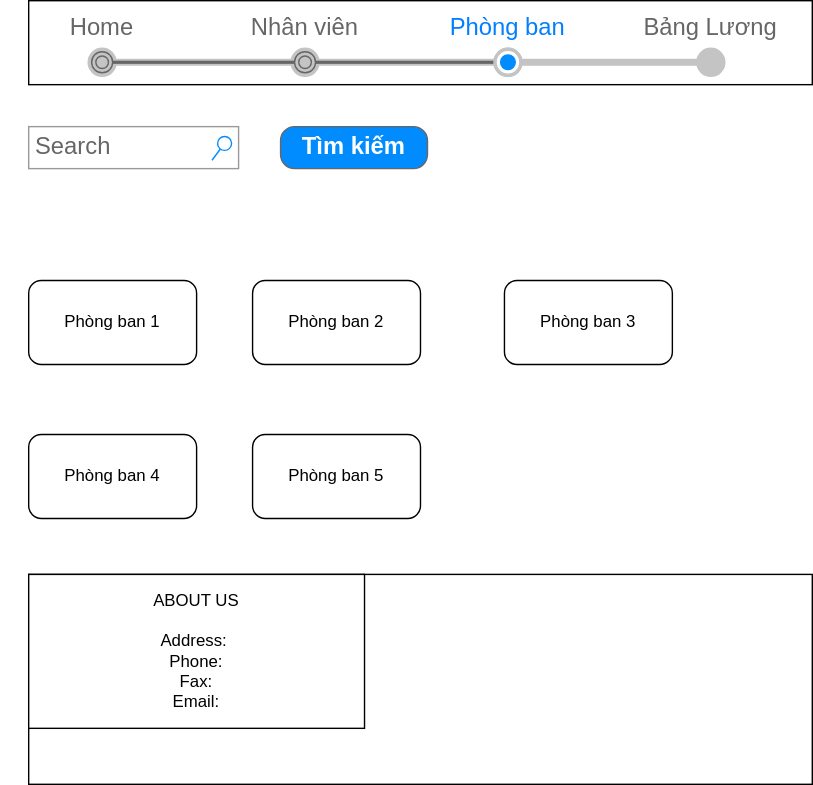
minhngoc/FunixReacJSAsm keeps this draw.io diagram as Report/Department.svg. Above is the earlier version. Source tidied: cells renumbered, new cells last; positions are measured from the earlier drawing's top-left corner, leaving out a move shared by most shapes.
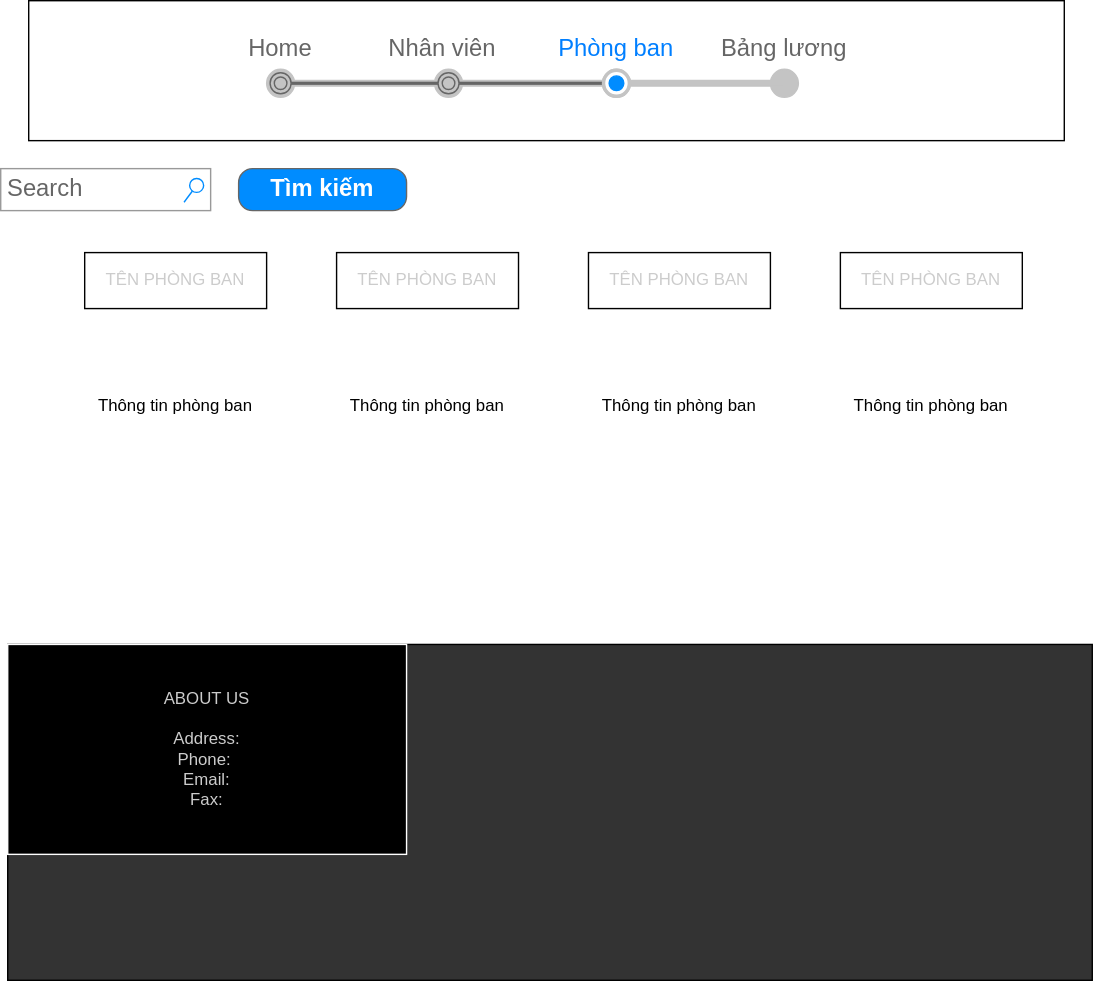
Later version of the same file.

Diff of the diagram source:
```diff
@@ -1,39 +1,48 @@
 <mxGraphModel>
   <root>
-    <mxCell id="0" />
-    <mxCell id="1" parent="0" />
-    <mxCell id="2" style="rounded=0;whiteSpace=wrap;html=1;" parent="1" vertex="1">
-      <mxGeometry x="20" width="560" height="60" as="geometry" />
-    </mxCell>
+    <mxCell id="13" />
+    <mxCell id="14" parent="13" />
+    <mxCell id="15" style="rounded=0;whiteSpace=wrap;html=1;" parent="14" vertex="1">
+      <mxGeometry x="40" y="-80" width="740" height="100" as="geometry" />
+    </mxCell>
+    <mxCell id="16" value="&lt;table border=&quot;0&quot; cellpadding=&quot;0&quot; cellspacing=&quot;0&quot; width=&quot;100%&quot; style=&quot;font-size: 1em&quot;&gt;&lt;tbody&gt;&lt;tr&gt;&lt;td width=&quot;25%&quot;&gt;Home&lt;/td&gt;&lt;td width=&quot;25%&quot;&gt;&amp;nbsp; &amp;nbsp;Nhân viên&lt;span style=&quot;white-space: pre&quot;&gt;&#9;&lt;/span&gt;&lt;/td&gt;&lt;td width=&quot;25%&quot;&gt;&lt;font color=&quot;#007fff&quot;&gt;Phòng ban&lt;/font&gt;&lt;/td&gt;&lt;td width=&quot;25%&quot;&gt;Bảng lương&lt;/td&gt;&lt;/tr&gt;&lt;/tbody&gt;&lt;/table&gt;" style="strokeWidth=1;shadow=0;dashed=0;align=center;html=1;shape=mxgraph.mockup.navigation.stepBar;strokeColor=#c4c4c4;textColor=#666666;textColor2=#008cff;mainText=,,+,;textSize=17;fillColor=#666666;overflow=fill;fontSize=17;fontColor=#666666;" parent="14" vertex="1">
+      <mxGeometry x="160" y="-55" width="480" height="50" as="geometry" />
+    </mxCell>
-    <mxCell id="3" value="Search" style="strokeWidth=1;shadow=0;dashed=0;align=center;html=1;shape=mxgraph.mockup.forms.searchBox;strokeColor=#999999;mainText=;strokeColor2=#008cff;fontColor=#666666;fontSize=17;align=left;spacingLeft=3;" parent="1" vertex="1">
-      <mxGeometry x="20" y="90" width="150" height="30" as="geometry" />
+    <mxCell id="3" value="Search" style="strokeWidth=1;shadow=0;dashed=0;align=center;html=1;shape=mxgraph.mockup.forms.searchBox;strokeColor=#999999;mainText=;strokeColor2=#008cff;fontColor=#666666;fontSize=17;align=left;spacingLeft=3;" parent="14" vertex="1">
+      <mxGeometry x="20" y="40" width="150" height="30" as="geometry" />
     </mxCell>
-    <mxCell id="4" value="Tìm kiếm" style="strokeWidth=1;shadow=0;dashed=0;align=center;html=1;shape=mxgraph.mockup.buttons.button;strokeColor=#666666;fontColor=#ffffff;mainText=;buttonStyle=round;fontSize=17;fontStyle=1;fillColor=#008cff;whiteSpace=wrap;" parent="1" vertex="1">
-      <mxGeometry x="200" y="90" width="105" height="30" as="geometry" />
+    <mxCell id="4" value="Tìm kiếm" style="strokeWidth=1;shadow=0;dashed=0;align=center;html=1;shape=mxgraph.mockup.buttons.button;strokeColor=#666666;fontColor=#ffffff;mainText=;buttonStyle=round;fontSize=17;fontStyle=1;fillColor=#008cff;whiteSpace=wrap;" parent="14" vertex="1">
+      <mxGeometry x="190" y="40" width="120" height="30" as="geometry" />
     </mxCell>
-    <mxCell id="5" value="Phòng ban 1" style="rounded=1;whiteSpace=wrap;html=1;" parent="1" vertex="1">
-      <mxGeometry x="20" y="200" width="120" height="60" as="geometry" />
-    </mxCell>
-    <mxCell id="6" value="&lt;span&gt;Phòng ban 5&lt;/span&gt;" style="rounded=1;whiteSpace=wrap;html=1;" parent="1" vertex="1">
-      <mxGeometry x="180" y="310" width="120" height="60" as="geometry" />
-    </mxCell>
-    <mxCell id="7" value="Phòng ban 2" style="rounded=1;whiteSpace=wrap;html=1;" parent="1" vertex="1">
-      <mxGeometry x="180" y="200" width="120" height="60" as="geometry" />
-    </mxCell>
-    <mxCell id="8" value="&lt;span&gt;Phòng ban 4&lt;/span&gt;" style="rounded=1;whiteSpace=wrap;html=1;" parent="1" vertex="1">
-      <mxGeometry x="20" y="310" width="120" height="60" as="geometry" />
-    </mxCell>
-    <mxCell id="9" value="&lt;span&gt;Phòng ban 3&lt;/span&gt;" style="rounded=1;whiteSpace=wrap;html=1;" parent="1" vertex="1">
-      <mxGeometry x="360" y="200" width="120" height="60" as="geometry" />
-    </mxCell>
-    <mxCell id="10" style="rounded=0;whiteSpace=wrap;html=1;" parent="1" vertex="1">
-      <mxGeometry x="20" y="410" width="560" height="150" as="geometry" />
-    </mxCell>
-    <mxCell id="11" value="ABOUT US&lt;br&gt;&lt;br&gt;Address:&amp;nbsp;&lt;br&gt;Phone:&lt;br&gt;Fax:&lt;br&gt;Email:" style="rounded=0;whiteSpace=wrap;html=1;" parent="1" vertex="1">
-      <mxGeometry x="20" y="410" width="240" height="110" as="geometry" />
-    </mxCell>
-    <mxCell id="12" value="&lt;table border=&quot;0&quot; cellpadding=&quot;0&quot; cellspacing=&quot;0&quot; width=&quot;100%&quot; style=&quot;font-size: 1em&quot;&gt;&lt;tbody&gt;&lt;tr&gt;&lt;td width=&quot;25%&quot;&gt;Home&lt;/td&gt;&lt;td width=&quot;25%&quot;&gt;Nhân viên&lt;/td&gt;&lt;td width=&quot;25%&quot;&gt;&lt;font color=&quot;#007fff&quot;&gt;Phòng ban&lt;/font&gt;&lt;/td&gt;&lt;td width=&quot;25%&quot;&gt;Bảng Lương&lt;/td&gt;&lt;/tr&gt;&lt;/tbody&gt;&lt;/table&gt;" style="strokeWidth=1;shadow=0;dashed=0;align=center;html=1;shape=mxgraph.mockup.navigation.stepBar;strokeColor=#c4c4c4;textColor=#666666;textColor2=#008cff;mainText=,,+,;textSize=17;fillColor=#666666;overflow=fill;fontSize=17;fontColor=#666666;" parent="1" vertex="1">
-      <mxGeometry y="10" width="580" height="40" as="geometry" />
-    </mxCell>
+    <mxCell id="17" value="&lt;font color=&quot;#cccccc&quot;&gt;TÊN PHÒNG BAN&lt;/font&gt;" style="rounded=0;whiteSpace=wrap;html=1;fontColor=#4D4D4D;" parent="14" vertex="1">
+      <mxGeometry x="80" y="100" width="130" height="40" as="geometry" />
+    </mxCell>
+    <mxCell id="18" style="rounded=0;whiteSpace=wrap;html=1;fontColor=#CCCCCC;fillColor=#333333;strokeColor=#000000;" parent="14" vertex="1">
+      <mxGeometry x="25" y="380" width="775" height="240" as="geometry" />
+    </mxCell>
+    <mxCell id="19" value="ABOUT US&lt;br&gt;&lt;br&gt;Address:&lt;br&gt;Phone:&amp;nbsp;&lt;br&gt;Email:&lt;br&gt;Fax:" style="rounded=0;whiteSpace=wrap;html=1;fontColor=#CCCCCC;strokeColor=#FFFFFF;fillColor=#000000;" parent="14" vertex="1">
+      <mxGeometry x="25" y="380" width="285" height="150" as="geometry" />
+    </mxCell>
+    <mxCell id="20" value="&lt;font color=&quot;#cccccc&quot;&gt;TÊN PHÒNG BAN&lt;/font&gt;" style="rounded=0;whiteSpace=wrap;html=1;fontColor=#4D4D4D;" parent="14" vertex="1">
+      <mxGeometry x="260" y="100" width="130" height="40" as="geometry" />
+    </mxCell>
+    <mxCell id="21" value="&lt;font color=&quot;#cccccc&quot;&gt;TÊN PHÒNG BAN&lt;/font&gt;" style="rounded=0;whiteSpace=wrap;html=1;fontColor=#4D4D4D;" parent="14" vertex="1">
+      <mxGeometry x="440" y="100" width="130" height="40" as="geometry" />
+    </mxCell>
+    <mxCell id="22" value="&lt;font color=&quot;#cccccc&quot;&gt;TÊN PHÒNG BAN&lt;/font&gt;" style="rounded=0;whiteSpace=wrap;html=1;fontColor=#4D4D4D;" parent="14" vertex="1">
+      <mxGeometry x="620" y="100" width="130" height="40" as="geometry" />
+    </mxCell>
+    <mxCell id="23" value="Thông tin phòng ban&lt;br&gt;" style="rounded=1;whiteSpace=wrap;html=1;fontColor=#000000;strokeColor=#FFFFFF;fillColor=#FFFFFF;" parent="14" vertex="1">
+      <mxGeometry x="85" y="150" width="120" height="120" as="geometry" />
+    </mxCell>
+    <mxCell id="24" value="Thông tin phòng ban" style="rounded=1;whiteSpace=wrap;html=1;fontColor=#000000;strokeColor=#FFFFFF;fillColor=#FFFFFF;" parent="14" vertex="1">
+      <mxGeometry x="265" y="150" width="120" height="120" as="geometry" />
+    </mxCell>
+    <mxCell id="25" value="&lt;span&gt;Thông tin phòng ban&lt;/span&gt;" style="rounded=1;whiteSpace=wrap;html=1;fontColor=#000000;strokeColor=#FFFFFF;fillColor=#FFFFFF;" parent="14" vertex="1">
+      <mxGeometry x="445" y="150" width="120" height="120" as="geometry" />
+    </mxCell>
+    <mxCell id="26" value="&lt;span&gt;Thông tin phòng ban&lt;/span&gt;" style="rounded=1;whiteSpace=wrap;html=1;fontColor=#000000;strokeColor=#FFFFFF;fillColor=#FFFFFF;" parent="14" vertex="1">
+      <mxGeometry x="625" y="150" width="120" height="120" as="geometry" />
+    </mxCell>
   </root>
 </mxGraphModel>
```
